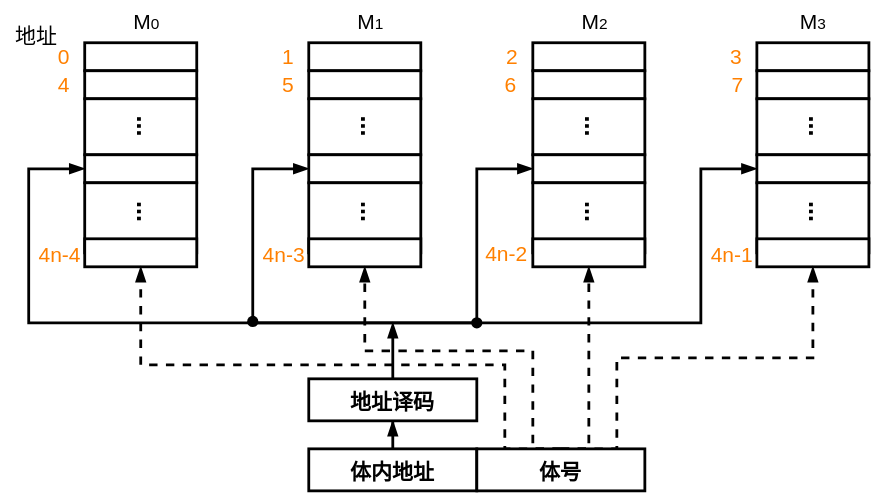
creatern/NoteBook keeps this draw.io diagram as pictures/计算机组成原理-低位交叉编址.drawio.svg. Above is the earlier version. Source tidied: cells renumbered, new cells last; positions are measured from the earlier drawing's top-left corner, leaving out a move shared by most shapes.
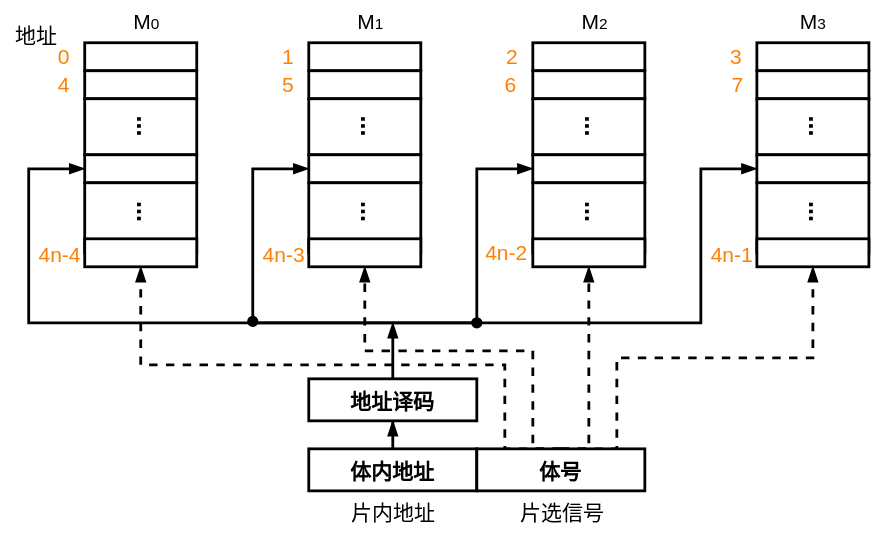
The same file after the commit.

Diff of the diagram source:
```diff
@@ -226,5 +226,11 @@
     <mxCell id="63" value="&lt;font style=&quot;font-size: 15px;&quot;&gt;地址译码&lt;/font&gt;" style="rounded=0;whiteSpace=wrap;html=1;strokeWidth=2;fontSize=22;fontStyle=1;" parent="1" vertex="1">
       <mxGeometry x="220" y="270" width="120" height="30" as="geometry" />
     </mxCell>
+    <mxCell id="64" value="片选信号" style="text;html=1;strokeColor=none;fillColor=none;align=center;verticalAlign=middle;whiteSpace=wrap;rounded=0;strokeWidth=2;fontSize=15;" parent="1" vertex="1">
+      <mxGeometry x="359" y="350" width="85" height="30" as="geometry" />
+    </mxCell>
+    <mxCell id="65" value="片内地址" style="text;html=1;strokeColor=none;fillColor=none;align=center;verticalAlign=middle;whiteSpace=wrap;rounded=0;strokeWidth=2;fontSize=15;" parent="1" vertex="1">
+      <mxGeometry x="237.5" y="350" width="85" height="30" as="geometry" />
+    </mxCell>
   </root>
 </mxGraphModel>
```
